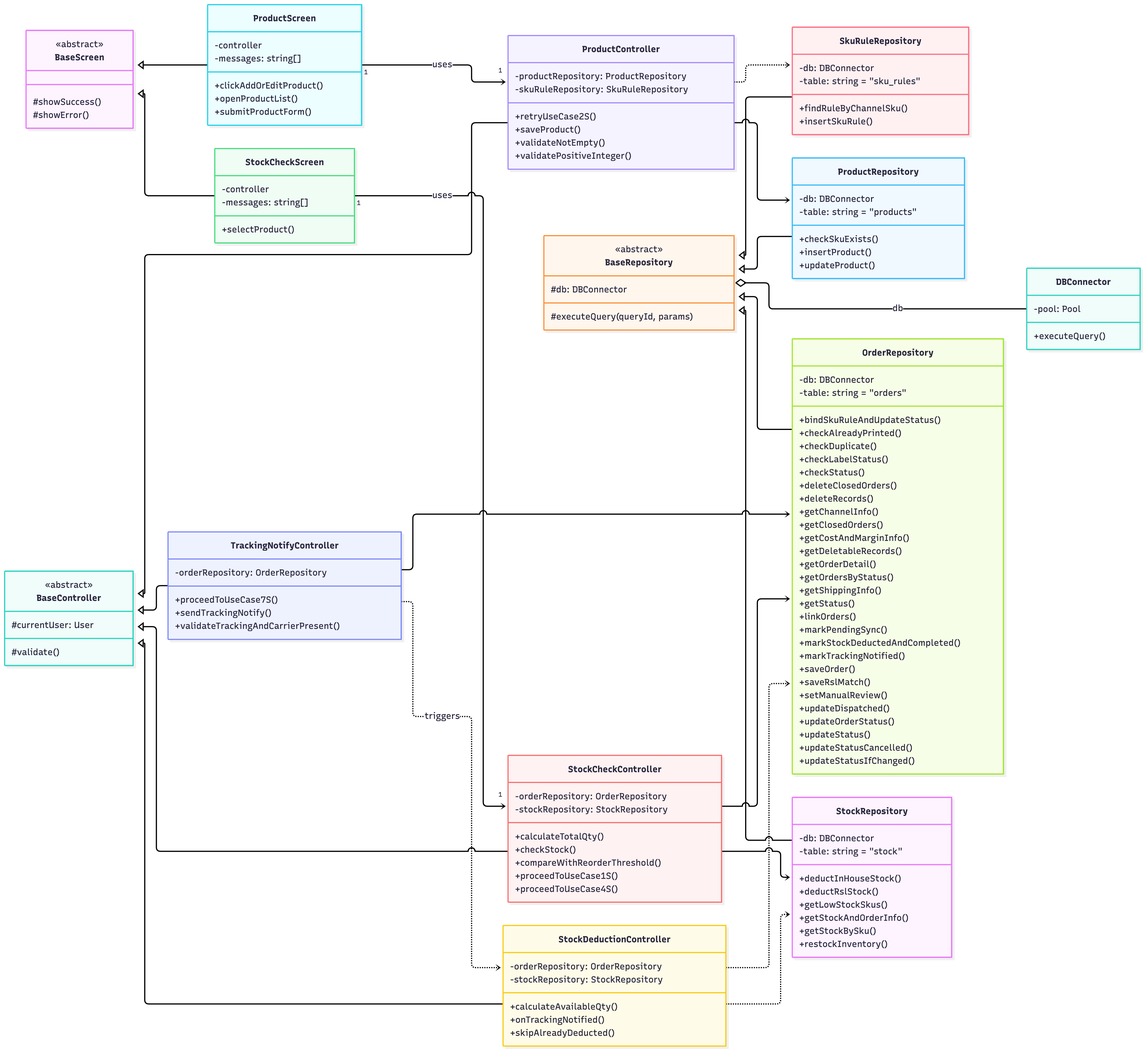
Above: 04-chapter2-diagrams-database/diagrams/png/class-3.png in xbpkdi/321-sa-proj (Mermaid), before the change. Its source is kept beside it as 04-chapter2-diagrams-database/diagrams/src/class-3.mmd.
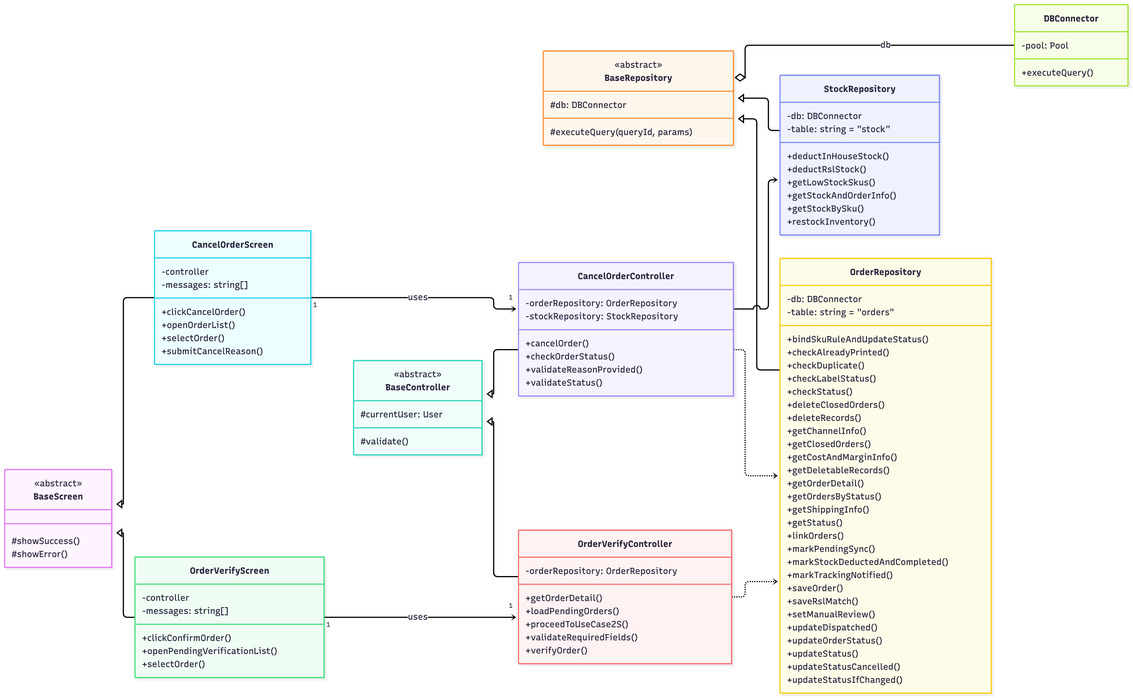
Above is the later version.

Diff of the diagram source:
```diff
@@ -16,47 +16,36 @@
         #db: DBConnector
         #executeQuery(queryId, params)
     }
-    class ProductScreen {
+    class CancelOrderScreen {
         -controller
         -messages: string[]
-        +clickAddOrEditProduct()
-        +openProductList()
-        +submitProductForm()
+        +clickCancelOrder()
+        +openOrderList()
+        +selectOrder()
+        +submitCancelReason()
     }
-    class StockCheckScreen {
+    class OrderVerifyScreen {
         -controller
         -messages: string[]
-        +selectProduct()
+        +clickConfirmOrder()
+        +openPendingVerificationList()
+        +selectOrder()
     }
-    class ProductController {
-        -productRepository: ProductRepository
-        -skuRuleRepository: SkuRuleRepository
-        +retryUseCase2S()
-        +saveProduct()
-        +validateNotEmpty()
-        +validatePositiveInteger()
-    }
-    class StockCheckController {
+    class CancelOrderController {
         -orderRepository: OrderRepository
         -stockRepository: StockRepository
-        +calculateTotalQty()
-        +checkStock()
-        +compareWithReorderThreshold()
-        +proceedToUseCase1S()
-        +proceedToUseCase4S()
+        +cancelOrder()
+        +checkOrderStatus()
+        +validateReasonProvided()
+        +validateStatus()
     }
-    class StockDeductionController {
+    class OrderVerifyController {
         -orderRepository: OrderRepository
-        -stockRepository: StockRepository
-        +calculateAvailableQty()
-        +onTrackingNotified()
-        +skipAlreadyDeducted()
-    }
-    class TrackingNotifyController {
-        -orderRepository: OrderRepository
-        +proceedToUseCase7S()
-        +sendTrackingNotify()
-        +validateTrackingAndCarrierPresent()
+        +getOrderDetail()
+        +loadPendingOrders()
+        +proceedToUseCase2S()
+        +validateRequiredFields()
+        +verifyOrder()
     }
     class OrderRepository {
         -db: DBConnector
@@ -89,19 +78,6 @@
         +updateStatusCancelled()
         +updateStatusIfChanged()
     }
-    class ProductRepository {
-        -db: DBConnector
-        -table: string = "products"
-        +checkSkuExists()
-        +insertProduct()
-        +updateProduct()
-    }
-    class SkuRuleRepository {
-        -db: DBConnector
-        -table: string = "sku_rules"
-        +findRuleByChannelSku()
-        +insertSkuRule()
-    }
     class StockRepository {
         -db: DBConnector
         -table: string = "stock"
@@ -116,24 +92,15 @@
         -pool: Pool
         +executeQuery()
     }
-    BaseScreen <|-- ProductScreen
-    BaseScreen <|-- StockCheckScreen
-    BaseController <|-- ProductController
-    BaseController <|-- StockCheckController
-    BaseController <|-- StockDeductionController
-    BaseController <|-- TrackingNotifyController
+    BaseScreen <|-- CancelOrderScreen
+    BaseScreen <|-- OrderVerifyScreen
+    BaseController <|-- CancelOrderController
+    BaseController <|-- OrderVerifyController
     BaseRepository <|-- OrderRepository
-    BaseRepository <|-- ProductRepository
-    BaseRepository <|-- SkuRuleRepository
     BaseRepository <|-- StockRepository
     BaseRepository o-- DBConnector : db
-    ProductScreen "1" --> "1" ProductController : uses
-    StockCheckScreen "1" --> "1" StockCheckController : uses
-    ProductController ..> ProductRepository
-    ProductController ..> SkuRuleRepository
-    StockCheckController ..> OrderRepository
-    StockCheckController ..> StockRepository
-    StockDeductionController ..> OrderRepository
-    StockDeductionController ..> StockRepository
-    TrackingNotifyController ..> OrderRepository
-    TrackingNotifyController ..> StockDeductionController : triggers
+    CancelOrderScreen "1" --> "1" CancelOrderController : uses
+    OrderVerifyScreen "1" --> "1" OrderVerifyController : uses
+    CancelOrderController ..> OrderRepository
+    CancelOrderController ..> StockRepository
+    OrderVerifyController ..> OrderRepository
```
